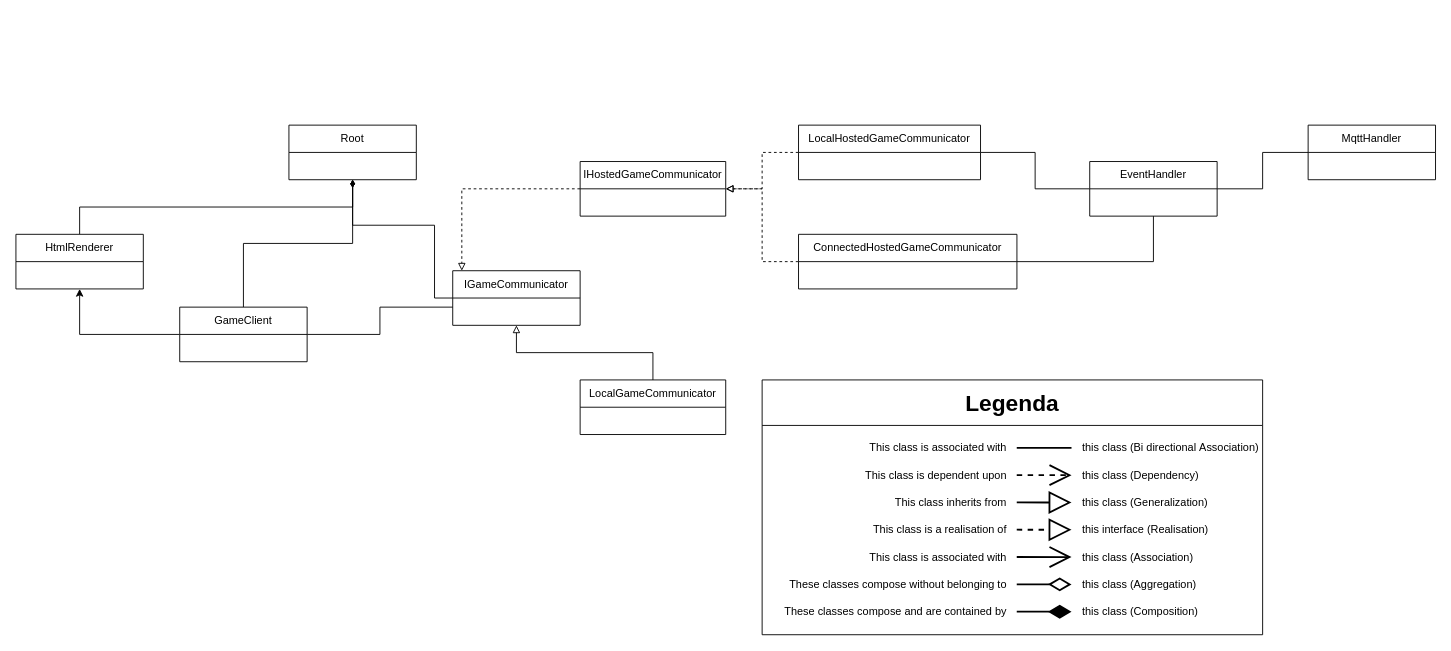
oldmartijntje/tiny-soup keeps this draw.io diagram as diagram.drawio. Above is the earlier version. Source tidied: cells renumbered, new cells numbered last; positions are measured from the earlier drawing's top-left corner, leaving out a move shared by most shapes. Both pictures are drawn from the tidied source at 91%, with x=0, y=0 at pixel (15, 125).
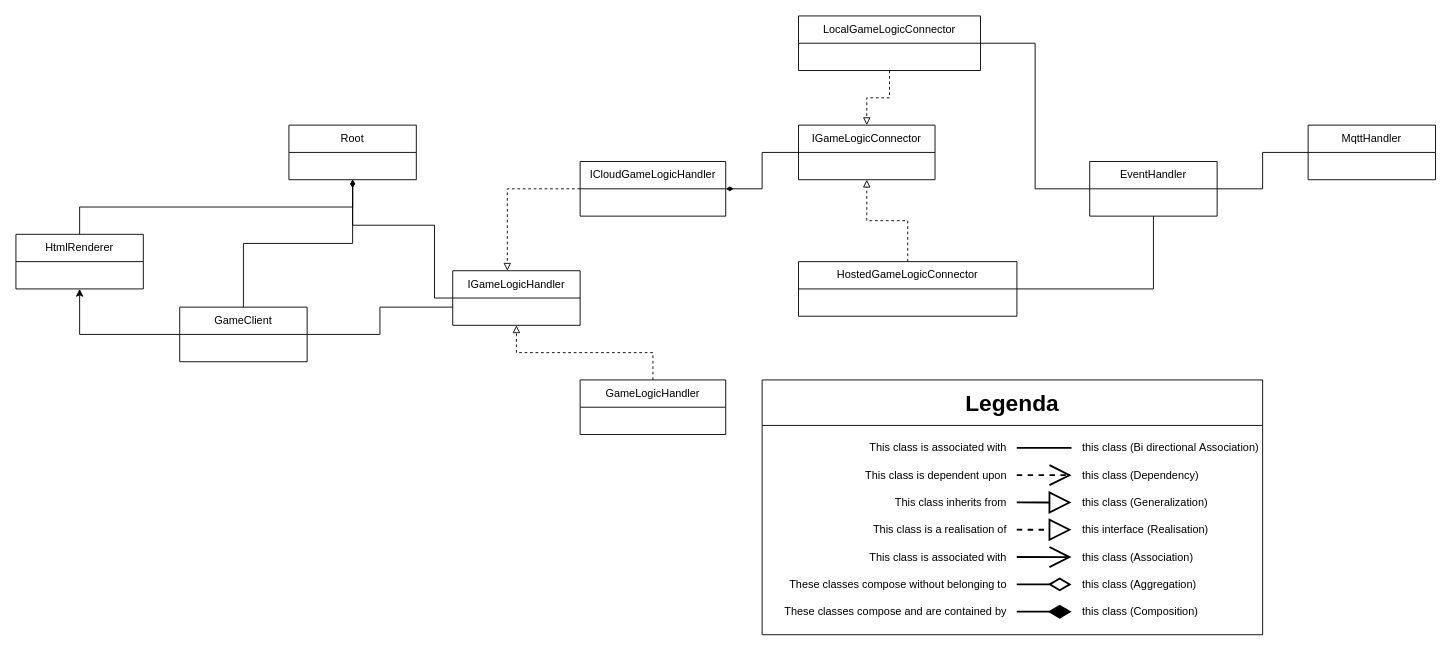
Above is the later version.

Commit message (it also covers changes not shown here):
better design

What changed in the source:
```diff
@@
-    <mxCell id="8" value="IGameCommunicator" style="swimlane;fontStyle=0;horizontal=1;startSize=30;whiteSpace=wrap;html=1;" parent="1" vertex="1">
+    <mxCell id="8" value="IGameLogicHandler" style="swimlane;fontStyle=0;horizontal=1;startSize=30;whiteSpace=wrap;html=1;" parent="1" vertex="1">
       <mxGeometry x="480" y="160" width="140" height="60" as="geometry" />
     </mxCell>
     <mxCell id="9" style="edgeStyle=orthogonalEdgeStyle;rounded=0;jettySize=auto;html=1;endArrow=block;endFill=0;dashed=1;" parent="1" edge="1" source="10" target="8">
       <mxGeometry relative="1" as="geometry">
         <Array as="points">
-          <mxPoint x="490" y="70" />
+          <mxPoint x="540" y="70" />
         </Array>
       </mxGeometry>
     </mxCell>
-    <mxCell id="10" value="IHostedGameCommunicator" style="swimlane;fontStyle=0;horizontal=1;startSize=30;whiteSpace=wrap;html=1;" parent="1" vertex="1">
+    <mxCell id="10" value="ICloudGameLogicHandler" style="swimlane;fontStyle=0;horizontal=1;startSize=30;whiteSpace=wrap;html=1;" parent="1" vertex="1">
       <mxGeometry x="620" y="40" width="160" height="60" as="geometry" />
     </mxCell>
-    <mxCell id="11" style="edgeStyle=orthogonalEdgeStyle;rounded=0;jettySize=auto;html=1;endArrow=block;endFill=0;" parent="1" edge="1" source="12" target="8">
+    <mxCell id="11" style="edgeStyle=orthogonalEdgeStyle;rounded=0;jettySize=auto;html=1;endArrow=block;endFill=0;dashed=1;" parent="1" edge="1" source="12" target="8">
       <mxGeometry relative="1" as="geometry" />
     </mxCell>
-    <mxCell id="12" value="LocalGameCommunicator" style="swimlane;fontStyle=0;horizontal=1;startSize=30;whiteSpace=wrap;html=1;" parent="1" vertex="1">
+    <mxCell id="12" value="GameLogicHandler" style="swimlane;fontStyle=0;horizontal=1;startSize=30;whiteSpace=wrap;html=1;" parent="1" vertex="1">
       <mxGeometry x="620" y="280" width="160" height="60" as="geometry" />
     </mxCell>
-    <mxCell id="13" style="edgeStyle=orthogonalEdgeStyle;rounded=0;jettySize=auto;html=1;endArrow=block;endFill=0;dashed=1;" parent="1" edge="1" source="15" target="10">
-      <mxGeometry relative="1" as="geometry" />
-    </mxCell>
@@
+    <mxCell id="46" style="edgeStyle=orthogonalEdgeStyle;rounded=0;jettySize=auto;html=1;endArrow=block;endFill=0;dashed=1;" parent="1" edge="1" source="15" target="49">
+      <mxGeometry relative="1" as="geometry" />
+    </mxCell>
-    <mxCell id="15" value="LocalHostedGameCommunicator" style="swimlane;fontStyle=0;horizontal=1;startSize=30;whiteSpace=wrap;html=1;" parent="1" vertex="1">
-      <mxGeometry x="860" width="200" height="60" as="geometry" />
+    <mxCell id="15" value="LocalGameLogicConnector" style="swimlane;fontStyle=0;horizontal=1;startSize=30;whiteSpace=wrap;html=1;" parent="1" vertex="1">
+      <mxGeometry x="860" y="-120" width="200" height="60" as="geometry" />
     </mxCell>
-    <mxCell id="16" style="edgeStyle=orthogonalEdgeStyle;rounded=0;jettySize=auto;html=1;endArrow=block;endFill=0;dashed=1;" parent="1" edge="1" source="18" target="10">
-      <mxGeometry relative="1" as="geometry">
-        <Array as="points">
-          <mxPoint x="820" y="150" />
-          <mxPoint x="820" y="70" />
-        </Array>
-      </mxGeometry>
-    </mxCell>
@@
+    <mxCell id="47" style="edgeStyle=orthogonalEdgeStyle;rounded=0;jettySize=auto;html=1;endArrow=block;endFill=0;dashed=1;" parent="1" edge="1" source="18" target="49">
+      <mxGeometry relative="1" as="geometry" />
+    </mxCell>
-    <mxCell id="18" value="ConnectedHostedGameCommunicator" style="swimlane;fontStyle=0;horizontal=1;startSize=30;whiteSpace=wrap;html=1;" parent="1" vertex="1">
-      <mxGeometry x="860" y="120" width="240" height="60" as="geometry" />
+    <mxCell id="18" value="HostedGameLogicConnector" style="swimlane;fontStyle=0;horizontal=1;startSize=30;whiteSpace=wrap;html=1;" parent="1" vertex="1">
+      <mxGeometry x="860" y="150" width="240" height="60" as="geometry" />
     </mxCell>
@@
+    <mxCell id="48" style="edgeStyle=orthogonalEdgeStyle;rounded=0;jettySize=auto;html=1;endArrow=diamondThin;endFill=1;" parent="1" edge="1" source="49" target="10">
+      <mxGeometry relative="1" as="geometry" />
+    </mxCell>
+    <mxCell id="49" value="IGameLogicConnector" style="swimlane;fontStyle=0;horizontal=1;startSize=30;whiteSpace=wrap;html=1;" parent="1" vertex="1">
+      <mxGeometry x="860" width="150" height="60" as="geometry" />
+    </mxCell>
```
